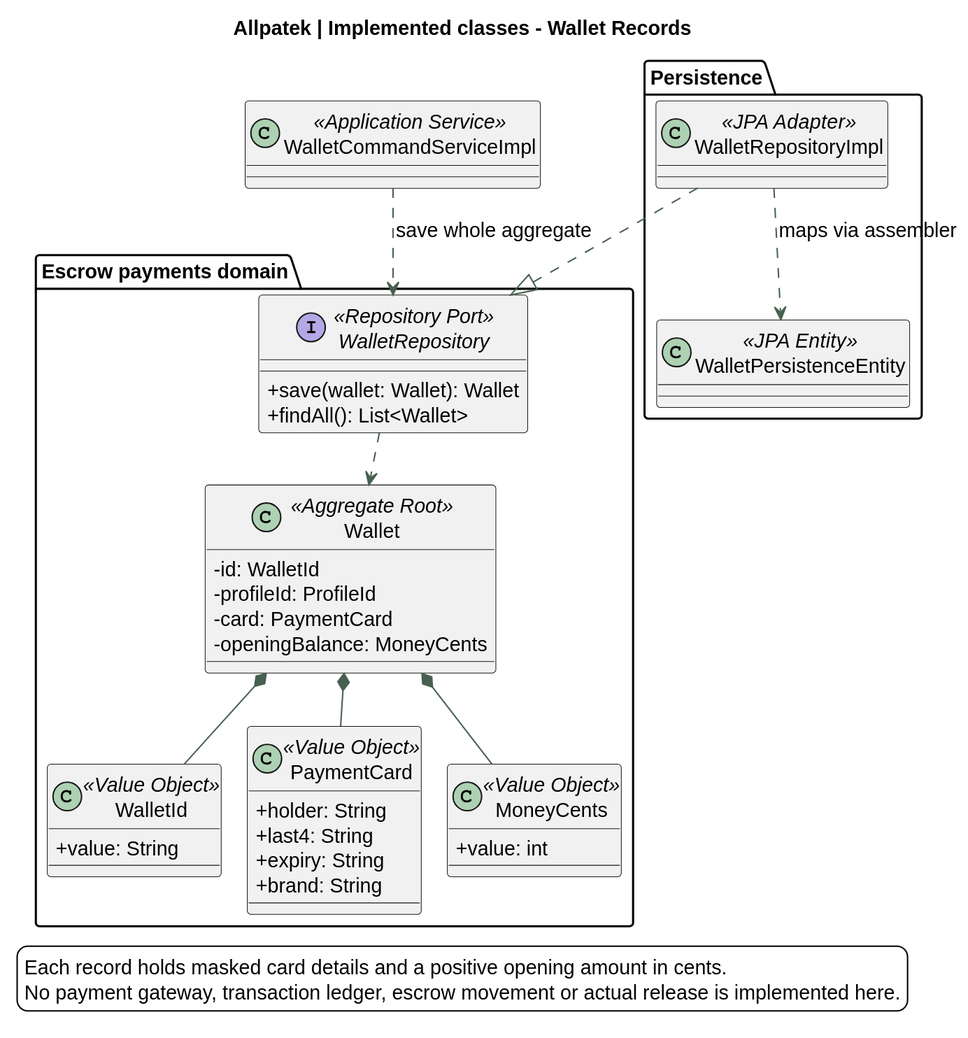
Earlier version of the PlantUML export assets/chapter-04/architecture/11-classes-payments.svg (upc-pre-202620-1asi0729-7753-Terranova/allpatek-report).
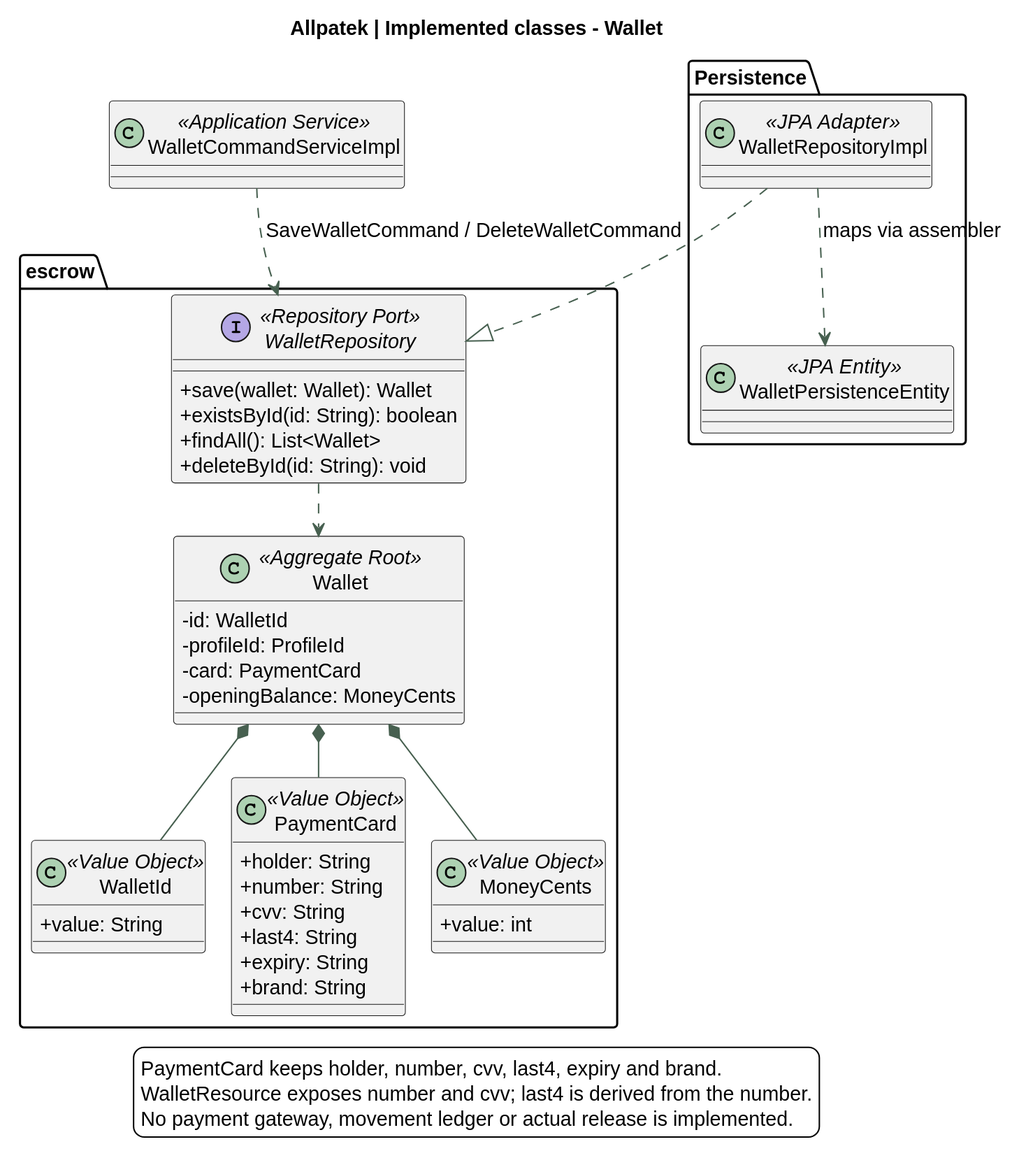
After the change.

Commit message:
docs(architecture): include PaymentCard number and cvv in Wallet

What changed in the source:
```diff
@@ -7,10 +7,10 @@
 skinparam classAttributeIconSize 0
 skinparam ArrowColor #476050
 skinparam dpi 140
-title Allpatek | Implemented classes - Wallet Records
+title Allpatek | Implemented classes - Wallet
 top to bottom direction
 
-package "Escrow payments domain" {
+package "escrow" {
   class Wallet <<Aggregate Root>> {
     -id: WalletId
     -profileId: ProfileId
@@ -24,6 +24,8 @@
 
   class PaymentCard <<Value Object>> {
     +holder: String
+    +number: String
+    +cvv: String
     +last4: String
     +expiry: String
     +brand: String
@@ -35,7 +37,9 @@
 
   interface WalletRepository <<Repository Port>> {
     +save(wallet: Wallet): Wallet
+    +existsById(id: String): boolean
     +findAll(): List<Wallet>
+    +deleteById(id: String): void
   }
 
   Wallet *-- WalletId
@@ -45,7 +49,7 @@
 }
 
 class WalletCommandServiceImpl <<Application Service>>
-WalletCommandServiceImpl ..> WalletRepository : save whole aggregate
+WalletCommandServiceImpl ..> WalletRepository : SaveWalletCommand / DeleteWalletCommand
 
 package "Persistence" {
   class WalletRepositoryImpl <<JPA Adapter>>
@@ -56,7 +60,8 @@
 WalletRepositoryImpl ..|> WalletRepository
 
 legend bottom
-Each record holds masked card details and a positive opening amount in cents.
-No payment gateway, transaction ledger, escrow movement or actual release is implemented here.
+PaymentCard keeps holder, number, cvv, last4, expiry and brand.
+WalletResource exposes number and cvv; last4 is derived from the number.
+No payment gateway, movement ledger or actual release is implemented.
 endlegend
 @enduml
```
